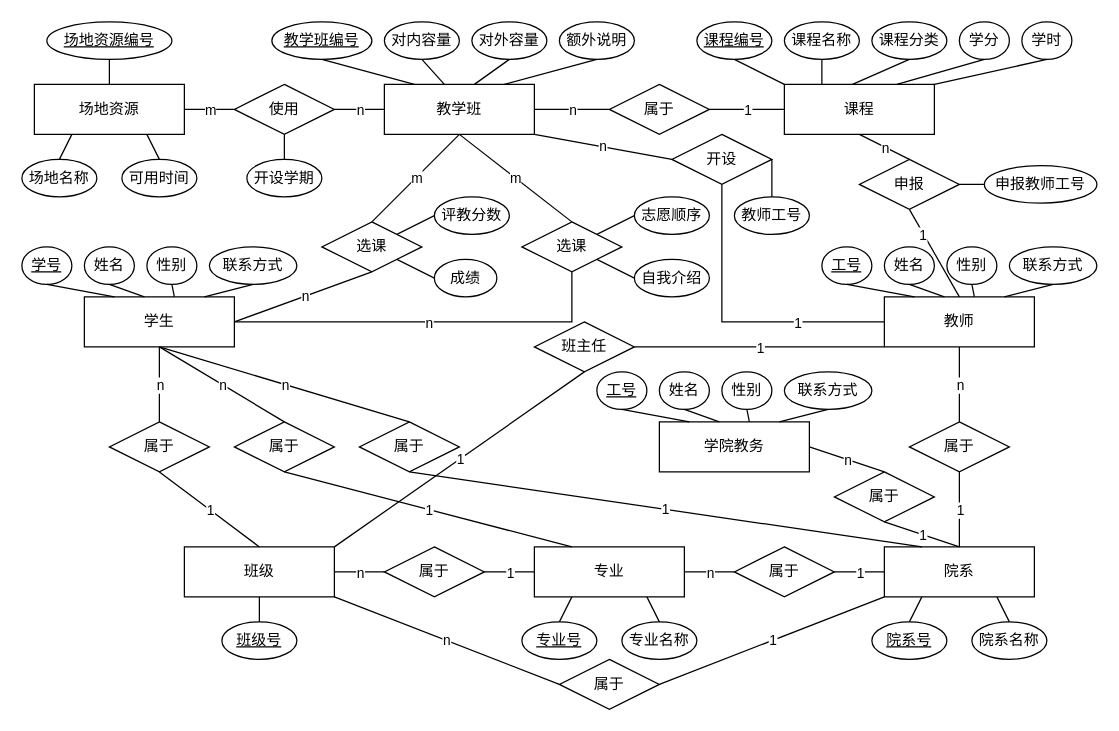
Above: 系统设计报告/img/conceptional_schema/er_preliminary.drawio in ap0stader/BUAA_DB (draw.io), before the change. Source tidied: cells renumbered, new cells numbered last; positions are measured from the earlier drawing's top-left corner, leaving out a move shared by most shapes. Both pictures are drawn from the tidied source at 125%, with x=0, y=0 at pixel (21, 21).
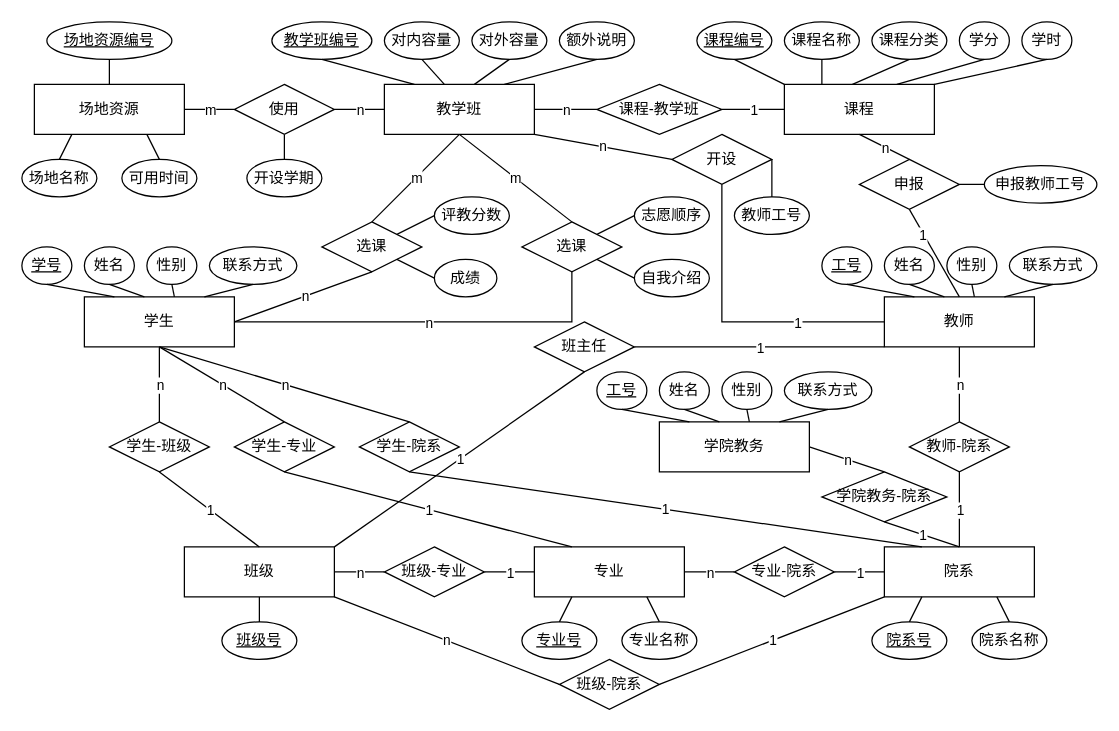
Above is the later version.

The edit, as a diff of the source:
```diff
@@
-    <mxCell id="14" value="属于" style="rhombus;whiteSpace=wrap;html=1;fontFamily=宋体-简;" parent="1" vertex="1">
+    <mxCell id="14" value="专业-院系" style="rhombus;whiteSpace=wrap;html=1;fontFamily=宋体-简;" parent="1" vertex="1">
       <mxGeometry x="570" y="420" width="80" height="40" as="geometry" />
     </mxCell>
@@
-    <mxCell id="19" value="属于" style="rhombus;whiteSpace=wrap;html=1;fontFamily=宋体-简;" parent="1" vertex="1">
+    <mxCell id="19" value="班级-专业" style="rhombus;whiteSpace=wrap;html=1;fontFamily=宋体-简;" parent="1" vertex="1">
       <mxGeometry x="290" y="420" width="80" height="40" as="geometry" />
     </mxCell>
@@
-    <mxCell id="25" value="属于" style="rhombus;whiteSpace=wrap;html=1;fontFamily=宋体-简;" parent="1" vertex="1">
+    <mxCell id="25" value="班级-院系" style="rhombus;whiteSpace=wrap;html=1;fontFamily=宋体-简;" parent="1" vertex="1">
       <mxGeometry x="430" y="510" width="80" height="40" as="geometry" />
     </mxCell>
@@
-    <mxCell id="39" value="属于" style="rhombus;whiteSpace=wrap;html=1;fontFamily=宋体-简;" parent="1" vertex="1">
+    <mxCell id="39" value="学生-班级" style="rhombus;whiteSpace=wrap;html=1;fontFamily=宋体-简;" parent="1" vertex="1">
       <mxGeometry x="70" y="320" width="80" height="40" as="geometry" />
     </mxCell>
@@
-    <mxCell id="44" value="属于" style="rhombus;whiteSpace=wrap;html=1;fontFamily=宋体-简;" parent="1" vertex="1">
+    <mxCell id="44" value="学生-专业" style="rhombus;whiteSpace=wrap;html=1;fontFamily=宋体-简;" parent="1" vertex="1">
       <mxGeometry x="170" y="320" width="80" height="40" as="geometry" />
     </mxCell>
-    <mxCell id="45" value="属于" style="rhombus;whiteSpace=wrap;html=1;fontFamily=宋体-简;" parent="1" vertex="1">
+    <mxCell id="45" value="学生-院系" style="rhombus;whiteSpace=wrap;html=1;fontFamily=宋体-简;" parent="1" vertex="1">
       <mxGeometry x="270" y="320" width="80" height="40" as="geometry" />
     </mxCell>
@@
-    <mxCell id="63" value="属于" style="rhombus;whiteSpace=wrap;html=1;fontFamily=宋体-简;" parent="1" vertex="1">
+    <mxCell id="63" value="教师-院系" style="rhombus;whiteSpace=wrap;html=1;fontFamily=宋体-简;" parent="1" vertex="1">
       <mxGeometry x="710" y="320" width="80" height="40" as="geometry" />
     </mxCell>
@@
-    <mxCell id="91" value="属于" style="rhombus;whiteSpace=wrap;html=1;fontFamily=宋体-简;" parent="1" vertex="1">
-      <mxGeometry x="650" y="360" width="80" height="40" as="geometry" />
+    <mxCell id="91" value="学院教务-院系" style="rhombus;whiteSpace=wrap;html=1;fontFamily=宋体-简;" parent="1" vertex="1">
+      <mxGeometry x="640" y="360" width="100" height="40" as="geometry" />
     </mxCell>
@@
-    <mxCell id="142" value="属于" style="rhombus;whiteSpace=wrap;html=1;fontFamily=宋体-简;" parent="1" vertex="1">
-      <mxGeometry x="470" y="50" width="80" height="40" as="geometry" />
+    <mxCell id="142" value="课程-教学班" style="rhombus;whiteSpace=wrap;html=1;fontFamily=宋体-简;" parent="1" vertex="1">
+      <mxGeometry x="460" y="50" width="100" height="40" as="geometry" />
     </mxCell>
```
